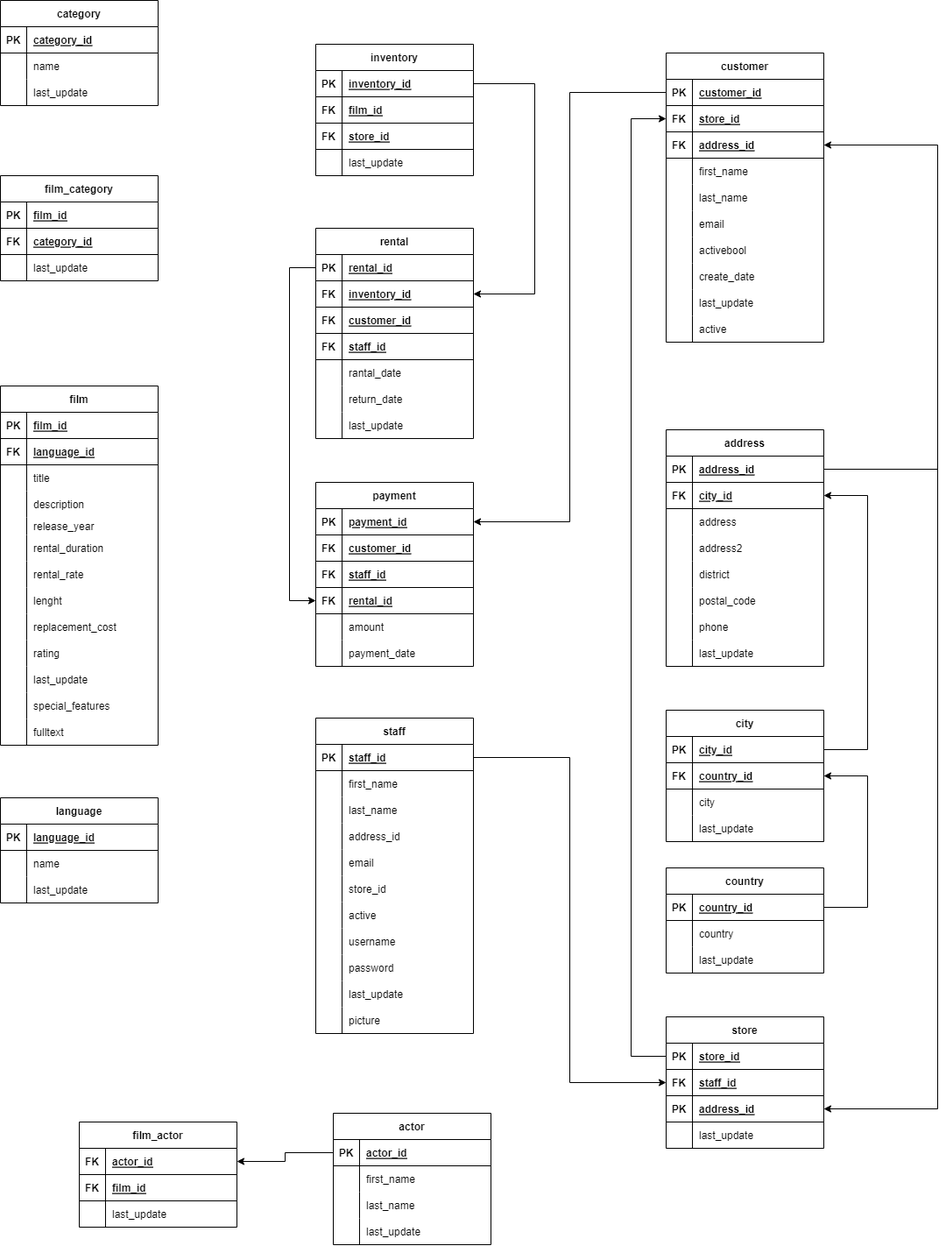
This is DVD Rental ER Model.drawio.png from MarianSulik/DE_diagrams, a draw.io export, as it was before one commit. Source tidied: cells renumbered, new cells last; positions are measured from the earlier drawing's top-left corner, leaving out a move shared by most shapes.
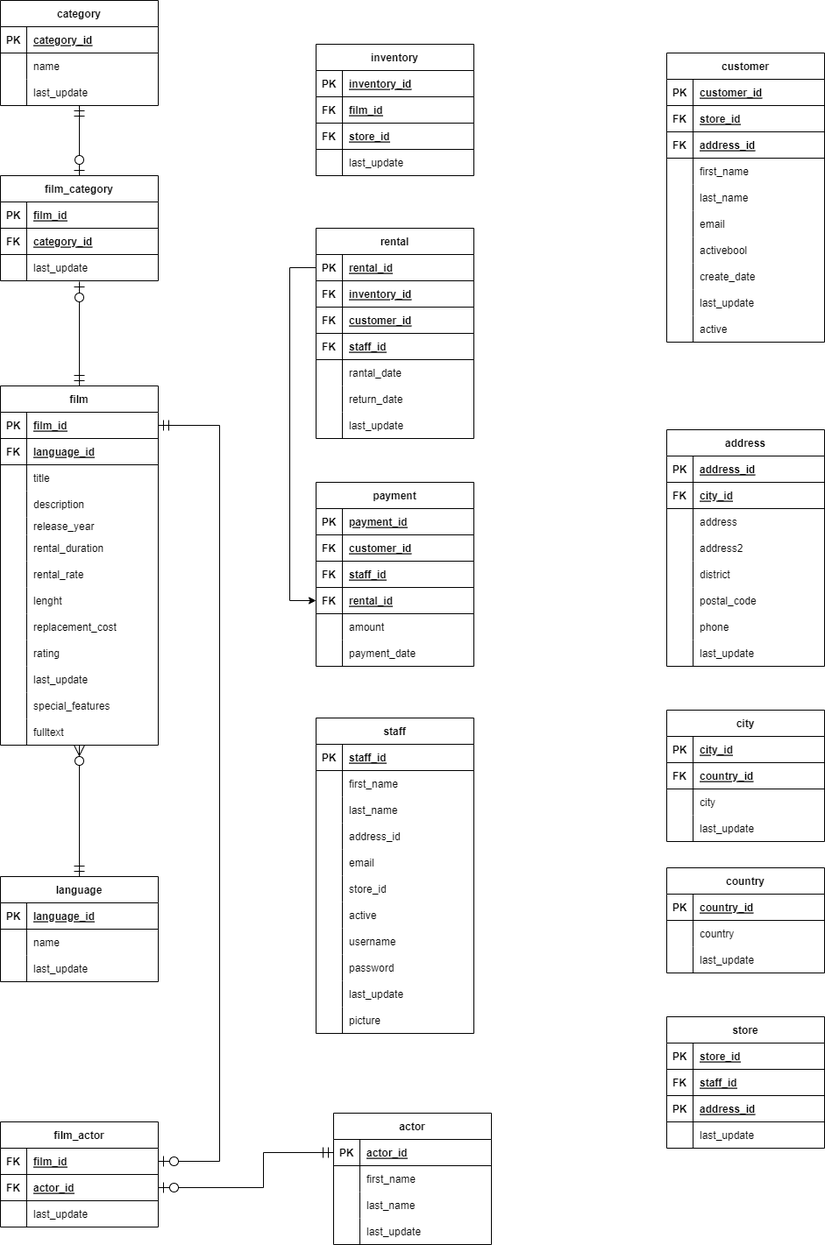
Later version of the same file.

What changed in the source:
```diff
@@ -63,7 +63,7 @@
       <mxGeometry x="30" width="150" height="30" as="geometry" />
     </mxCell>
     <mxCell id="22" value="language" style="shape=table;startSize=30;rowLines=0;fontStyle=1;align=center;" parent="1" vertex="1">
-      <mxGeometry y="910" width="180" height="120" as="geometry" />
+      <mxGeometry y="1000" width="180" height="120" as="geometry" />
     </mxCell>
     <mxCell id="23" style="shape=tableRow;horizontal=0;startSize=0;swimlaneHead=0;swimlaneBody=0;fillColor=none;top=0;left=0;right=0;bottom=1;" parent="22" vertex="1">
       <mxGeometry y="30" width="180" height="30" as="geometry" />
@@ -213,7 +213,7 @@
       <mxGeometry x="30" width="150" height="30" as="geometry" />
     </mxCell>
     <mxCell id="72" value="film_actor" style="shape=table;startSize=30;rowLines=0;fontStyle=1;align=center;" parent="1" vertex="1">
-      <mxGeometry x="90" y="1280" width="180" height="120" as="geometry" />
+      <mxGeometry y="1280" width="180" height="120" as="geometry" />
     </mxCell>
     <mxCell id="73" style="shape=tableRow;horizontal=0;startSize=0;swimlaneHead=0;swimlaneBody=0;fillColor=none;points=[[0,0.5],[1,0.5]];portConstraint=eastwest;top=0;left=0;right=0;bottom=1;" parent="72" vertex="1">
       <mxGeometry y="30" width="180" height="30" as="geometry" />
@@ -221,7 +221,7 @@
     <mxCell id="74" value="FK" style="shape=partialRectangle;fillColor=none;top=0;left=0;bottom=0;right=0;fontStyle=1;overflow=hidden;" parent="73" vertex="1">
       <mxGeometry width="30" height="30" as="geometry" />
     </mxCell>
-    <mxCell id="75" value="actor_id" style="shape=partialRectangle;fillColor=none;top=0;left=0;bottom=0;right=0;align=left;spacingLeft=6;fontStyle=5;overflow=hidden;" parent="73" vertex="1">
+    <mxCell id="75" value="film_id" style="shape=partialRectangle;fillColor=none;top=0;left=0;bottom=0;right=0;align=left;spacingLeft=6;fontStyle=5;overflow=hidden;" parent="73" vertex="1">
       <mxGeometry x="30" width="150" height="30" as="geometry" />
     </mxCell>
     <mxCell id="76" style="shape=tableRow;horizontal=0;startSize=0;swimlaneHead=0;swimlaneBody=0;fillColor=none;points=[[0,0.5],[1,0.5]];portConstraint=eastwest;top=0;left=0;right=0;bottom=1;" parent="72" vertex="1">
@@ -230,9 +230,9 @@
     <mxCell id="77" value="FK" style="shape=partialRectangle;fillColor=none;top=0;left=0;bottom=0;right=0;fontStyle=1;overflow=hidden;" parent="76" vertex="1">
       <mxGeometry width="30" height="30" as="geometry" />
     </mxCell>
-    <mxCell id="78" value="film_id" style="shape=partialRectangle;fillColor=none;top=0;left=0;bottom=0;right=0;align=left;spacingLeft=6;fontStyle=5;overflow=hidden;" parent="76" vertex="1">
-      <mxGeometry x="30" width="150" height="30" as="geometry" />
-    </mxCell>
+    <mxCell id="285" value="actor_id" style="shape=partialRectangle;fillColor=none;top=0;left=0;bottom=0;right=0;align=left;spacingLeft=6;fontStyle=5;overflow=hidden;" parent="76" vertex="1">
+      <mxGeometry x="30" width="150" height="30" as="geometry" />
+    </mxCell>
     <mxCell id="79" style="shape=tableRow;horizontal=0;startSize=0;swimlaneHead=0;swimlaneBody=0;fillColor=none;top=0;left=0;right=0;bottom=0;" parent="72" vertex="1">
       <mxGeometry y="90" width="180" height="30" as="geometry" />
     </mxCell>
@@ -821,20 +821,6 @@
     <mxCell id="274" value="last_update" style="shape=partialRectangle;fillColor=none;top=0;left=0;bottom=0;right=0;align=left;spacingLeft=6;overflow=hidden;" parent="272" vertex="1">
       <mxGeometry x="30" width="150" height="30" as="geometry" />
     </mxCell>
-    <mxCell id="275" style="edgeStyle=orthogonalEdgeStyle;rounded=0;jettySize=auto;html=1;exitX=0;exitY=0.5;exitDx=0;exitDy=0;entryX=1;entryY=0.5;entryDx=0;entryDy=0;" parent="1" edge="1" source="171" target="73">
-      <mxGeometry relative="1" as="geometry" />
-    </mxCell>
-    <mxCell id="276" style="edgeStyle=orthogonalEdgeStyle;rounded=0;jettySize=auto;html=1;exitX=1;exitY=0.5;exitDx=0;exitDy=0;entryX=1;entryY=0.5;entryDx=0;entryDy=0;" parent="1" edge="1" source="83" target="99">
-      <mxGeometry relative="1" as="geometry">
-        <Array as="points">
-          <mxPoint x="610" y="95" />
-          <mxPoint x="610" y="335" />
-        </Array>
-      </mxGeometry>
-    </mxCell>
-    <mxCell id="277" style="edgeStyle=orthogonalEdgeStyle;rounded=0;jettySize=auto;html=1;exitX=0;exitY=0.5;exitDx=0;exitDy=0;entryX=1;entryY=0.5;entryDx=0;entryDy=0;" parent="1" edge="1" source="184" target="118">
-      <mxGeometry relative="1" as="geometry" />
-    </mxCell>
     <mxCell id="278" style="edgeStyle=orthogonalEdgeStyle;rounded=0;jettySize=auto;html=1;exitX=0;exitY=0.5;exitDx=0;exitDy=0;entryX=0;entryY=0.5;entryDx=0;entryDy=0;" parent="1" edge="1" source="96" target="127">
       <mxGeometry relative="1" as="geometry">
         <Array as="points">
@@ -843,49 +829,32 @@
         </Array>
       </mxGeometry>
     </mxCell>
-    <mxCell id="279" style="edgeStyle=orthogonalEdgeStyle;rounded=0;jettySize=auto;html=1;exitX=1;exitY=0.5;exitDx=0;exitDy=0;entryX=1;entryY=0.5;entryDx=0;entryDy=0;" parent="1" edge="1" source="218" target="190">
-      <mxGeometry relative="1" as="geometry">
-        <Array as="points">
-          <mxPoint x="940" y="535" />
-          <mxPoint x="1070" y="535" />
-          <mxPoint x="1070" y="165" />
-        </Array>
-      </mxGeometry>
-    </mxCell>
-    <mxCell id="280" style="edgeStyle=orthogonalEdgeStyle;rounded=0;jettySize=auto;html=1;exitX=1;exitY=0.5;exitDx=0;exitDy=0;entryX=1;entryY=0.5;entryDx=0;entryDy=0;" parent="1" edge="1" source="240" target="218">
-      <mxGeometry relative="1" as="geometry">
-        <Array as="points">
-          <mxPoint x="990" y="855" />
-          <mxPoint x="990" y="565" />
-        </Array>
-      </mxGeometry>
-    </mxCell>
-    <mxCell id="281" style="edgeStyle=orthogonalEdgeStyle;rounded=0;jettySize=auto;html=1;exitX=1;exitY=0.5;exitDx=0;exitDy=0;entryX=1;entryY=0.5;entryDx=0;entryDy=0;" parent="1" edge="1" source="253" target="243">
-      <mxGeometry relative="1" as="geometry">
-        <Array as="points">
-          <mxPoint x="990" y="1035" />
-          <mxPoint x="990" y="885" />
-        </Array>
-      </mxGeometry>
-    </mxCell>
-    <mxCell id="282" style="edgeStyle=orthogonalEdgeStyle;rounded=0;jettySize=auto;html=1;exitX=0;exitY=0.5;exitDx=0;exitDy=0;entryX=0;entryY=0.5;entryDx=0;entryDy=0;" parent="1" edge="1" source="263" target="187">
-      <mxGeometry relative="1" as="geometry">
-        <Array as="points">
-          <mxPoint x="720" y="1205" />
-          <mxPoint x="720" y="135" />
-        </Array>
-      </mxGeometry>
-    </mxCell>
-    <mxCell id="283" style="edgeStyle=orthogonalEdgeStyle;rounded=0;jettySize=auto;html=1;exitX=1;exitY=0.5;exitDx=0;exitDy=0;entryX=1;entryY=0.5;entryDx=0;entryDy=0;" parent="1" edge="1" source="215" target="269">
-      <mxGeometry relative="1" as="geometry">
-        <Array as="points">
-          <mxPoint x="1070" y="535" />
-          <mxPoint x="1070" y="1265" />
-        </Array>
-      </mxGeometry>
-    </mxCell>
-    <mxCell id="284" style="edgeStyle=orthogonalEdgeStyle;rounded=0;jettySize=auto;html=1;exitX=1;exitY=0.5;exitDx=0;exitDy=0;entryX=0;entryY=0.5;entryDx=0;entryDy=0;" parent="1" edge="1" source="137" target="266">
-      <mxGeometry relative="1" as="geometry" />
-    </mxCell>
+    <mxCell id="286" style="fontSize=12;html=1;endArrow=ERzeroToOne;startArrow=ERmandOne;rounded=0;entryX=0.5;entryY=0;entryDx=0;entryDy=0;exitX=0.5;exitY=1;exitDx=0;exitDy=0;exitPerimeter=0;endSize=10;startSize=10;startFill=0;endFill=0;" parent="1" edge="1" source="9" target="12">
+      <mxGeometry relative="1" as="geometry" />
+    </mxCell>
+    <mxCell id="287" style="fontSize=12;html=1;endArrow=ERzeroToOne;startArrow=ERmandOne;rounded=0;entryX=0.5;entryY=1.033;entryDx=0;entryDy=0;exitX=0.5;exitY=0;exitDx=0;exitDy=0;endSize=10;startSize=10;startFill=0;endFill=0;entryPerimeter=0;" parent="1" edge="1" source="32" target="19">
+      <mxGeometry relative="1" as="geometry" />
+    </mxCell>
+    <mxCell id="288" style="fontSize=12;html=1;endArrow=ERzeroToMany;startArrow=ERmandOne;rounded=0;exitX=0.5;exitY=0;exitDx=0;exitDy=0;endSize=10;startSize=10;startFill=0;endFill=0;" parent="1" edge="1" source="22">
+      <mxGeometry relative="1" as="geometry">
+        <mxPoint x="90" y="850" as="targetPoint" />
+      </mxGeometry>
+    </mxCell>
+    <mxCell id="289" style="fontSize=12;html=1;endArrow=ERzeroToOne;startArrow=ERmandOne;rounded=0;endSize=10;startSize=10;startFill=0;endFill=0;entryX=1;entryY=0.5;entryDx=0;entryDy=0;edgeStyle=orthogonalEdgeStyle;exitX=0;exitY=0.5;exitDx=0;exitDy=0;" parent="1" edge="1" source="171" target="76">
+      <mxGeometry relative="1" as="geometry">
+        <Array as="points">
+          <mxPoint x="300" y="1315" />
+          <mxPoint x="300" y="1355" />
+        </Array>
+      </mxGeometry>
+    </mxCell>
+    <mxCell id="290" style="fontSize=12;html=1;endArrow=ERzeroToOne;startArrow=ERmandOne;rounded=0;endSize=10;startSize=10;startFill=0;endFill=0;edgeStyle=orthogonalEdgeStyle;exitX=1;exitY=0.5;exitDx=0;exitDy=0;entryX=1;entryY=0.5;entryDx=0;entryDy=0;" parent="1" edge="1" source="33" target="73">
+      <mxGeometry relative="1" as="geometry">
+        <Array as="points">
+          <mxPoint x="250" y="485" />
+          <mxPoint x="250" y="1325" />
+        </Array>
+      </mxGeometry>
+    </mxCell>
   </root>
 </mxGraphModel>
```
